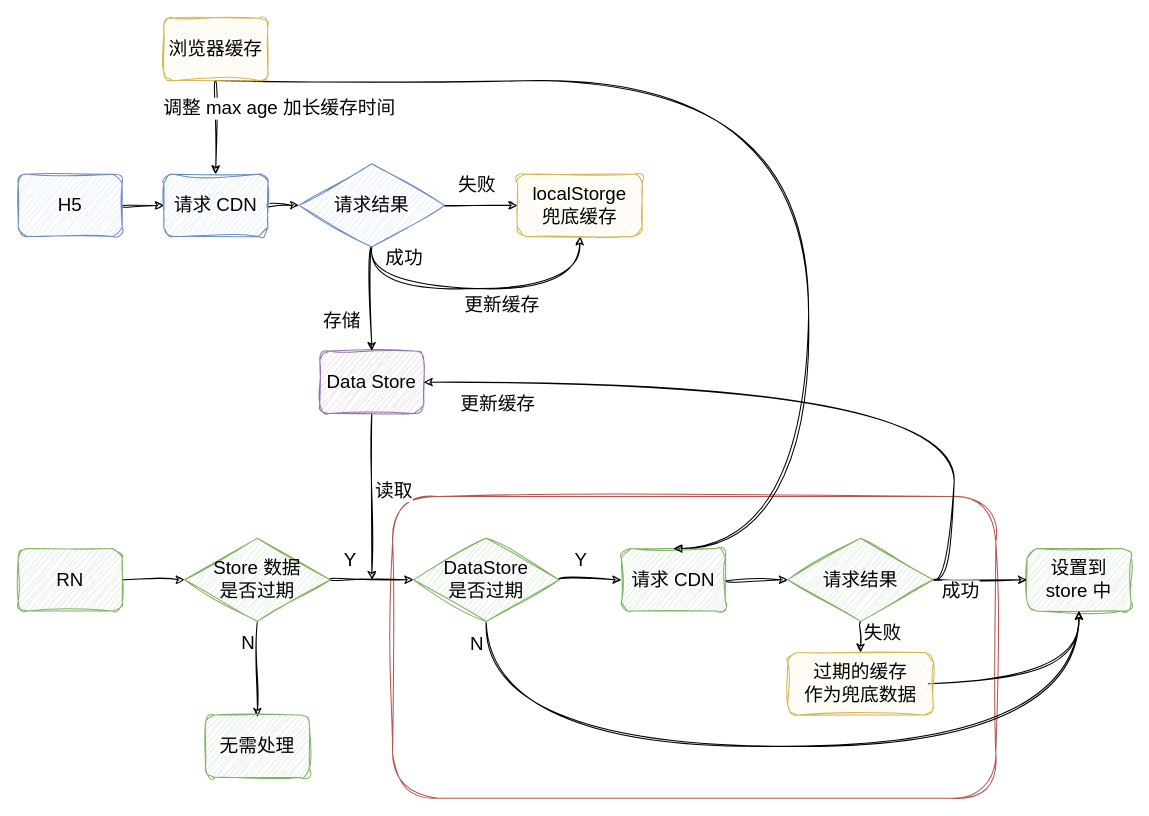
This is page "缓存优化" (10 of 10) of CDN优化.drawio from Darkindom/draw-the-diagrams, a draw.io file, before an edit. Source tidied: cells renumbered, new cells numbered last; positions are measured from the earlier drawing's top-left corner, leaving out a move shared by most shapes. Both pictures are drawn from the tidied source at 104%, with x=0, y=0 at pixel (18, 18).
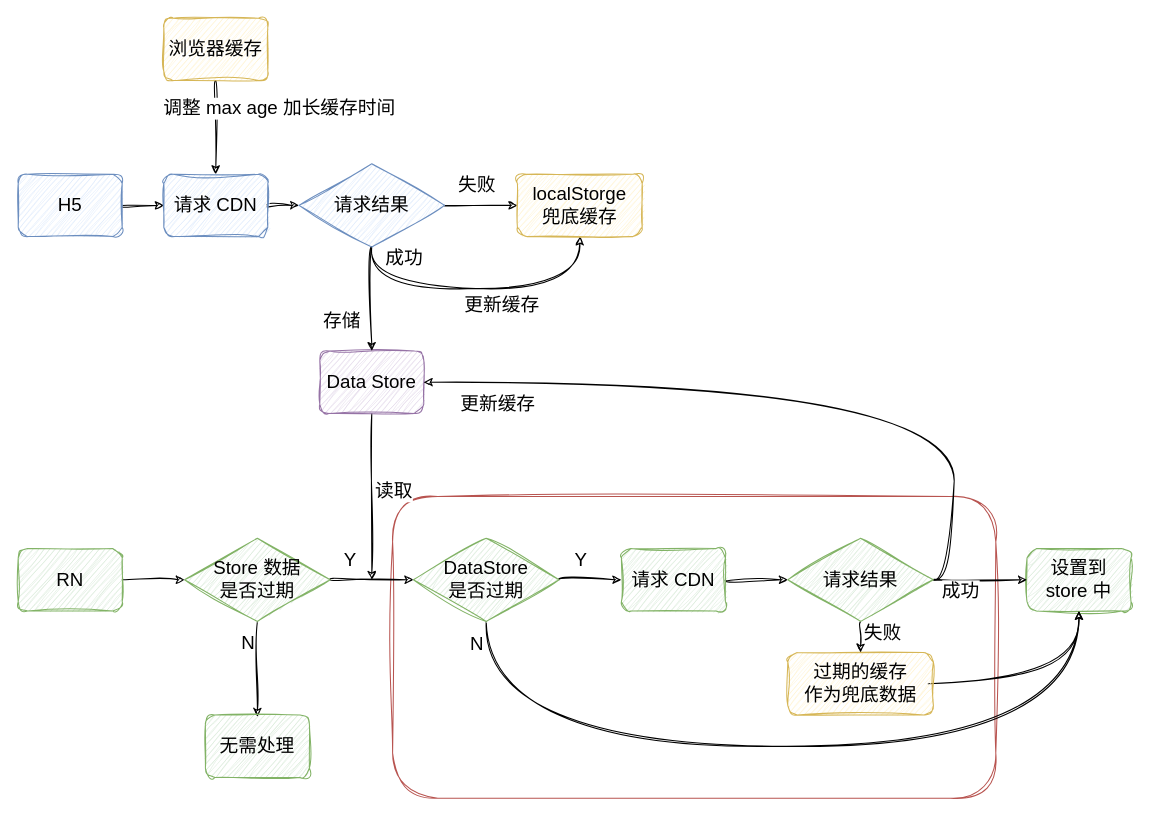
Above is the later version.

The change refers to these unchanged cells:
```xml
<mxCell id="11" value="请求 CDN" style="rounded=1;whiteSpace=wrap;html=1;sketch=1;hachureGap=4;jiggle=2;curveFitting=1;fontFamily=手札体-简;fontSize=18;fillColor=#d5e8d4;strokeColor=#82b366;" parent="1" vertex="1">
  <mxGeometry x="580" y="510" width="100" height="60" as="geometry" />
</mxCell>
<mxCell id="35" value="浏览器缓存" style="rounded=1;whiteSpace=wrap;html=1;sketch=1;hachureGap=4;jiggle=2;curveFitting=1;fontFamily=手札体-简;fontSize=18;fillColor=#fff2cc;strokeColor=#d6b656;" parent="1" vertex="1">
  <mxGeometry x="140" width="100" height="60" as="geometry" />
</mxCell>
```

Change to the diagram source:
```diff
@@
-    <mxCell id="34" style="edgeStyle=orthogonalEdgeStyle;shape=connector;curved=1;rounded=0;sketch=1;hachureGap=4;jiggle=2;curveFitting=1;jettySize=auto;html=1;exitX=0.5;exitY=1;exitDx=0;exitDy=0;entryX=0.5;entryY=0;entryDx=0;entryDy=0;labelBackgroundColor=default;strokeColor=default;fontFamily=手札体-简;fontSize=18;fontColor=default;endArrow=block;endFill=1;" parent="1" edge="1" source="35" target="11">
-      <mxGeometry relative="1" as="geometry">
-        <Array as="points">
-          <mxPoint x="240" y="60" />
-          <mxPoint x="760" y="60" />
-          <mxPoint x="760" y="510" />
-        </Array>
-      </mxGeometry>
-    </mxCell>
```
